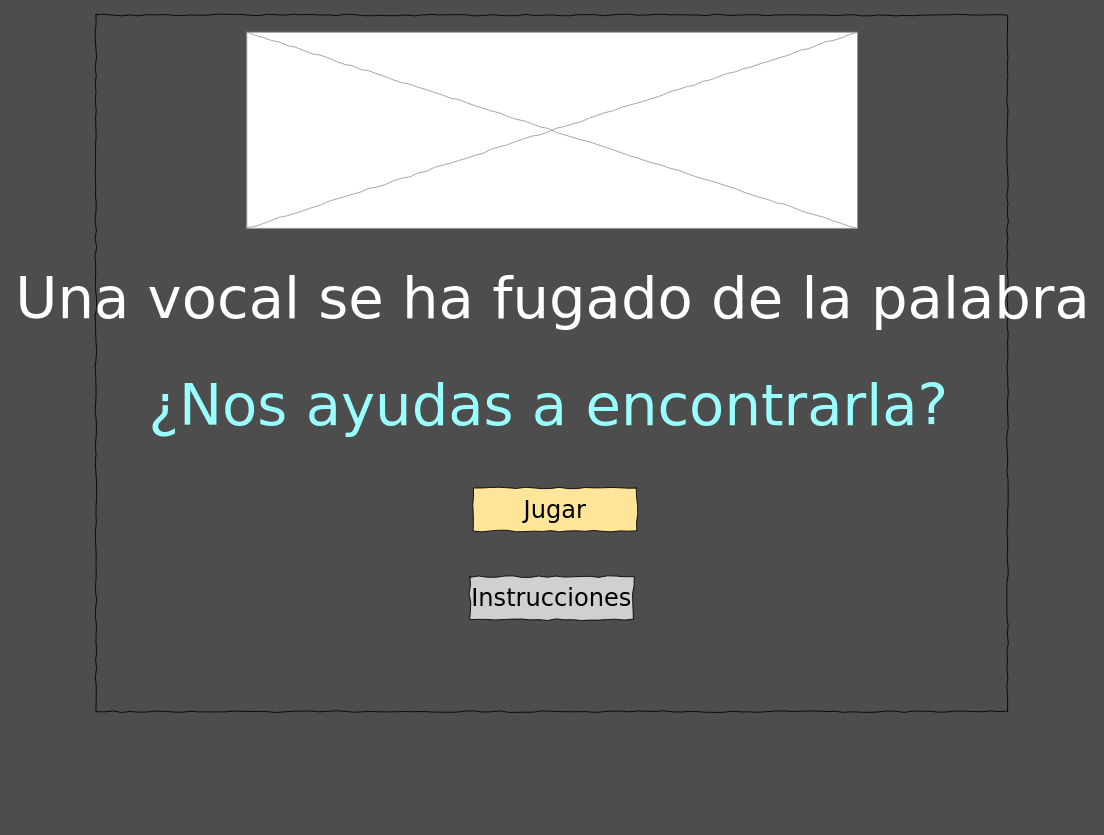
The draw.io diagram Diseno de Interfaz de Inicio.drawio in puyojulian/MiniProyecto1FPOE, before the edit. Source tidied: cells renumbered, new cells numbered last; positions are measured from the earlier drawing's top-left corner, leaving out a move shared by most shapes. Both pictures are drawn from the tidied source at 86%, with x=0, y=0 at pixel (95, 15).
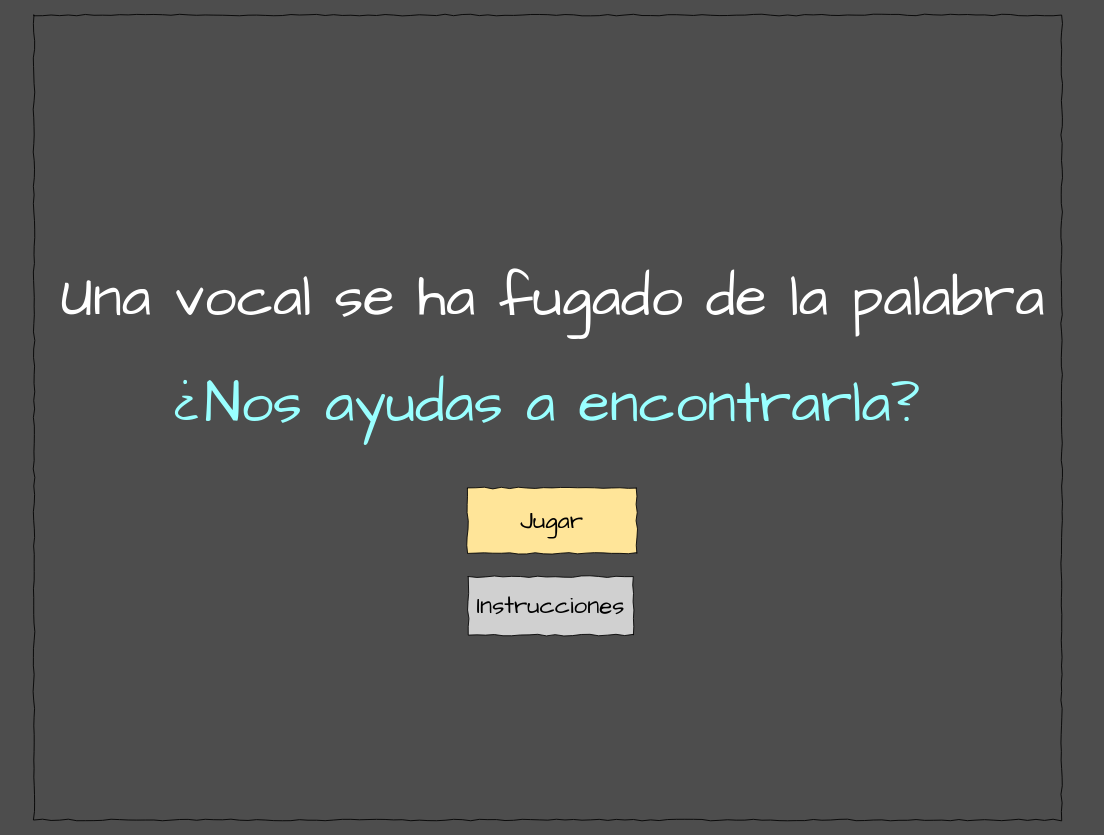
The same page after the edit.

Change to the diagram source:
```diff
@@
 <mxGraphModel background="#4D4D4D">
   <root>
     <mxCell id="0" />
     <mxCell id="1" parent="0" />
     <mxCell id="2" style="whiteSpace=wrap;html=1;rounded=0;shadow=0;labelBackgroundColor=none;strokeColor=#000000;strokeWidth=1;fillColor=none;fontFamily=Verdana;fontSize=12;fontColor=#000000;align=center;comic=1;" parent="1" vertex="1">
-      <mxGeometry width="1060" height="810" as="geometry" />
+      <mxGeometry x="-72" width="1195" height="936" as="geometry" />
     </mxCell>
-    <mxCell id="3" value="Jugar" style="whiteSpace=wrap;html=1;rounded=0;shadow=0;labelBackgroundColor=none;strokeWidth=1;fontFamily=Verdana;fontSize=28;align=center;comic=1;fillColor=#FFE599;" parent="1" vertex="1">
-      <mxGeometry x="439" y="550" width="190" height="50" as="geometry" />
+    <mxCell id="3" value="&lt;font face=&quot;Comic Sans MS&quot;&gt;Jugar&lt;/font&gt;" style="whiteSpace=wrap;html=1;rounded=0;shadow=0;labelBackgroundColor=none;strokeWidth=1;fontFamily=Verdana;fontSize=28;align=center;comic=1;fillColor=#FFE599;" parent="1" vertex="1">
+      <mxGeometry x="432" y="550" width="197" height="76" as="geometry" />
     </mxCell>
-    <mxCell id="4" style="verticalLabelPosition=bottom;shadow=0;dashed=0;align=center;html=1;verticalAlign=top;strokeWidth=1;shape=mxgraph.mockup.graphics.simpleIcon;strokeColor=#999999;rounded=0;labelBackgroundColor=none;fontFamily=Verdana;fontSize=14;fontColor=#000000;comic=1;" parent="1" vertex="1">
-      <mxGeometry x="175.5" y="20" width="710" height="228" as="geometry" />
-    </mxCell>
-    <mxCell id="5" value="&lt;font style=&quot;font-size: 67px;&quot;&gt;Una vocal se ha fugado de la palabra&lt;/font&gt;" style="text;html=1;align=center;verticalAlign=top;spacingTop=-4;fontSize=14;fontFamily=Verdana;fontColor=#FFFFFF;" parent="1" vertex="1">
+    <mxCell id="5" value="&lt;font face=&quot;Comic Sans MS&quot; style=&quot;font-size: 67px;&quot;&gt;Una vocal se ha fugado de la palabra&lt;/font&gt;" style="text;html=1;align=center;verticalAlign=top;spacingTop=-4;fontSize=14;fontFamily=Verdana;fontColor=#FFFFFF;" parent="1" vertex="1">
       <mxGeometry x="28" y="287" width="1005" height="85" as="geometry" />
     </mxCell>
-    <mxCell id="6" value="Instrucciones" style="whiteSpace=wrap;html=1;rounded=0;shadow=0;labelBackgroundColor=none;strokeWidth=1;fontFamily=Verdana;fontSize=28;align=center;comic=1;fillColor=#D0D0D0;" parent="1" vertex="1">
-      <mxGeometry x="435" y="653" width="190" height="50" as="geometry" />
+    <mxCell id="6" value="&lt;font face=&quot;Comic Sans MS&quot;&gt;Instrucciones&lt;/font&gt;" style="whiteSpace=wrap;html=1;rounded=0;shadow=0;labelBackgroundColor=none;strokeWidth=1;fontFamily=Verdana;fontSize=28;align=center;comic=1;fillColor=#D0D0D0;" parent="1" vertex="1">
+      <mxGeometry x="433" y="653" width="192" height="68" as="geometry" />
     </mxCell>
-    <mxCell id="7" value="&lt;font style=&quot;font-size: 67px;&quot;&gt;¿Nos ayudas a encontrarla?&lt;/font&gt;" style="text;html=1;align=center;verticalAlign=top;spacingTop=-4;fontSize=14;fontFamily=Verdana;fontColor=#99FFFF;" parent="1" vertex="1">
+    <mxCell id="7" value="&lt;font face=&quot;Comic Sans MS&quot; style=&quot;font-size: 67px;&quot;&gt;¿Nos ayudas a encontrarla?&lt;/font&gt;" style="text;html=1;align=center;verticalAlign=top;spacingTop=-4;fontSize=14;fontFamily=Verdana;fontColor=#99FFFF;" parent="1" vertex="1">
       <mxGeometry x="23" y="411" width="1005" height="85" as="geometry" />
     </mxCell>
   </root>
 </mxGraphModel>
```
